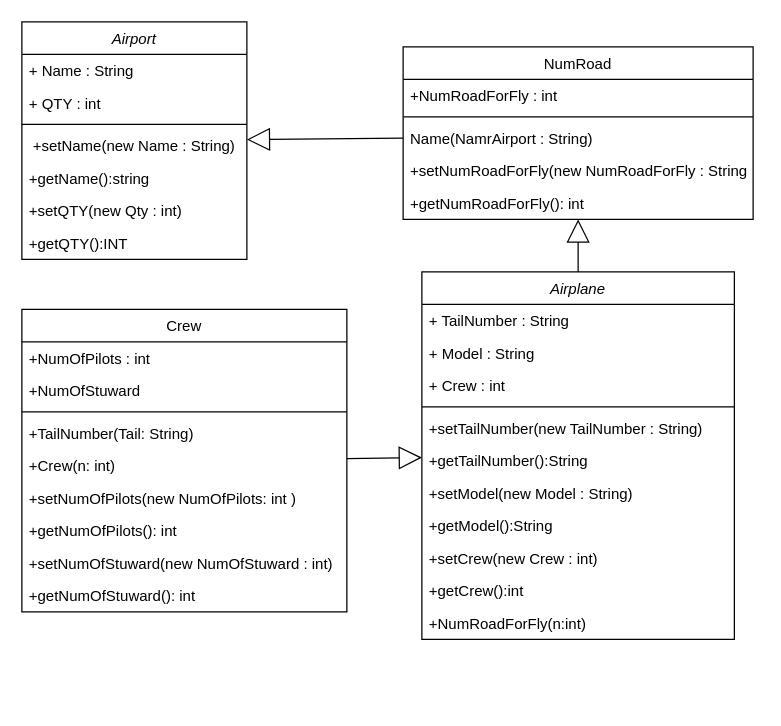
Before: Lesson_2/Task_3/airplane.drawio in VovaPast/JavaCourses, a draw.io diagram. Source tidied: cells renumbered, new cells numbered last; positions are measured from the earlier drawing's top-left corner, leaving out a move shared by most shapes. Both pictures are drawn from the tidied source at 125%, with x=0, y=0 at pixel (21, 21).
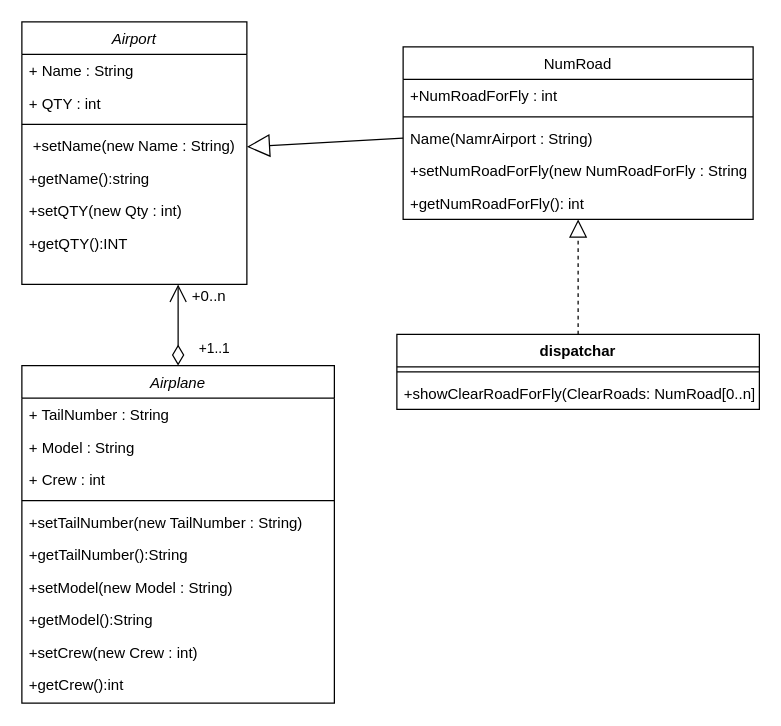
Above is the later version.

The change refers to these unchanged cells:
```xml
<mxCell id="22" value="NumRoad" style="swimlane;fontStyle=0;align=center;verticalAlign=top;horizontal=1;startSize=26;rounded=0;shadow=0;strokeWidth=1;fontSize=12;" parent="1" vertex="1">
  <mxGeometry x="305" y="20" width="280" height="138" as="geometry" />
</mxCell>
<mxCell id="27" value="+getNumRoadForFly(): int" style="text;align=left;verticalAlign=top;spacingLeft=4;spacingRight=4;overflow=hidden;points=[[0,0.5],[1,0.5]];portConstraint=eastwest;fontSize=12;" parent="22" vertex="1">
  <mxGeometry y="112" width="280" height="26" as="geometry" />
</mxCell>
```

Diff of the diagram source:
```diff
@@
     <mxCell id="2" value="Airplane" style="swimlane;fontStyle=2;align=center;verticalAlign=top;horizontal=1;startSize=26;rounded=0;shadow=0;strokeWidth=1;fontSize=12;" parent="1" vertex="1">
-      <mxGeometry x="320" y="200" width="250" height="294" as="geometry" />
+      <mxGeometry y="275" width="250" height="270" as="geometry" />
     </mxCell>
@@
-    <mxCell id="13" value="+NumRoadForFly(n:int)" style="text;align=left;verticalAlign=top;spacingLeft=4;spacingRight=4;overflow=hidden;fontSize=12;" parent="2" vertex="1">
-      <mxGeometry y="268" width="250" height="26" as="geometry" />
-    </mxCell>
     <mxCell id="14" value="Airport" style="swimlane;fontStyle=2;align=center;verticalAlign=top;horizontal=1;startSize=26;rounded=0;shadow=0;strokeWidth=1;fontSize=12;" parent="1" vertex="1">
-      <mxGeometry width="180" height="190" as="geometry" />
+      <mxGeometry width="180" height="210" as="geometry" />
     </mxCell>
@@
-    <mxCell id="28" value="Crew" style="swimlane;fontStyle=0;align=center;verticalAlign=top;horizontal=1;startSize=26;rounded=0;shadow=0;strokeWidth=1;fontSize=12;" parent="1" vertex="1">
-      <mxGeometry y="230" width="260" height="242" as="geometry" />
-    </mxCell>
-    <mxCell id="29" value="+NumOfPilots : int" style="text;align=left;verticalAlign=top;spacingLeft=4;spacingRight=4;overflow=hidden;fontSize=12;" parent="28" vertex="1">
-      <mxGeometry y="26" width="260" height="26" as="geometry" />
-    </mxCell>
-    <mxCell id="30" value="+NumOfStuward" style="text;align=left;verticalAlign=top;spacingLeft=4;spacingRight=4;overflow=hidden;rounded=0;shadow=0;html=0;fontSize=12;" parent="28" vertex="1">
-      <mxGeometry y="52" width="260" height="26" as="geometry" />
-    </mxCell>
-    <mxCell id="31" style="line;html=1;strokeWidth=1;align=left;verticalAlign=middle;spacingTop=-1;spacingLeft=3;spacingRight=3;labelPosition=right;fontSize=12;" parent="28" vertex="1">
-      <mxGeometry y="78" width="260" height="8" as="geometry" />
-    </mxCell>
-    <mxCell id="32" value="+TailNumber(Tail: String)" style="text;align=left;verticalAlign=top;spacingLeft=4;spacingRight=4;overflow=hidden;fontStyle=0;fontSize=12;" parent="28" vertex="1">
-      <mxGeometry y="86" width="260" height="26" as="geometry" />
-    </mxCell>
-    <mxCell id="33" value="+Crew(n: int)" style="text;align=left;verticalAlign=top;spacingLeft=4;spacingRight=4;overflow=hidden;fontSize=12;" parent="28" vertex="1">
-      <mxGeometry y="112" width="260" height="26" as="geometry" />
-    </mxCell>
-    <mxCell id="34" value="+setNumOfPilots(new NumOfPilots: int )" style="text;align=left;verticalAlign=top;spacingLeft=4;spacingRight=4;overflow=hidden;fontSize=12;" parent="28" vertex="1">
-      <mxGeometry y="138" width="260" height="26" as="geometry" />
-    </mxCell>
-    <mxCell id="35" value="+getNumOfPilots(): int" style="text;align=left;verticalAlign=top;spacingLeft=4;spacingRight=4;overflow=hidden;fontSize=12;" parent="28" vertex="1">
-      <mxGeometry y="164" width="260" height="26" as="geometry" />
-    </mxCell>
-    <mxCell id="36" value="+setNumOfStuward(new NumOfStuward : int)" style="text;align=left;verticalAlign=top;spacingLeft=4;spacingRight=4;overflow=hidden;fontSize=12;" parent="28" vertex="1">
-      <mxGeometry y="190" width="260" height="26" as="geometry" />
-    </mxCell>
-    <mxCell id="37" value="+getNumOfStuward(): int" style="text;align=left;verticalAlign=top;spacingLeft=4;spacingRight=4;overflow=hidden;fontSize=12;" parent="28" vertex="1">
-      <mxGeometry y="216" width="260" height="26" as="geometry" />
-    </mxCell>
-    <mxCell id="38" style="endArrow=block;endSize=16;endFill=0;html=1;fontSize=12;exitX=0.5;exitY=0;exitDx=0;exitDy=0;" parent="1" edge="1" source="2" target="27">
-      <mxGeometry relative="1" as="geometry" />
-    </mxCell>
@@
-    <mxCell id="40" style="endArrow=block;endSize=16;endFill=0;html=1;fontSize=12;" parent="1" edge="1" source="28" target="2">
-      <mxGeometry relative="1" as="geometry" />
-    </mxCell>
+    <mxCell id="41" value="dispatchar" style="swimlane;fontStyle=1;align=center;verticalAlign=top;horizontal=1;startSize=26;" parent="1" vertex="1">
+      <mxGeometry x="300" y="250" width="290" height="60" as="geometry" />
+    </mxCell>
+    <mxCell id="42" style="line;strokeWidth=1;fillColor=none;align=left;verticalAlign=middle;spacingTop=-1;spacingLeft=3;spacingRight=3;labelPosition=right;" parent="41" vertex="1">
+      <mxGeometry y="26" width="290" height="8" as="geometry" />
+    </mxCell>
+    <mxCell id="43" value="+showClearRoadForFly(ClearRoads: NumRoad[0..n]" style="text;strokeColor=none;fillColor=none;align=left;verticalAlign=top;spacingLeft=4;spacingRight=4;overflow=hidden;" parent="41" vertex="1">
+      <mxGeometry y="34" width="290" height="26" as="geometry" />
+    </mxCell>
+    <mxCell id="44" style="endArrow=block;dashed=1;endFill=0;endSize=12;html=1;" parent="1" edge="1" source="41" target="22">
+      <mxGeometry relative="1" as="geometry" />
+    </mxCell>
+    <mxCell id="45" value="+1..1" style="endArrow=open;html=1;endSize=12;startArrow=diamondThin;startSize=14;startFill=0;edgeStyle=orthogonalEdgeStyle;align=left;verticalAlign=bottom;" parent="1" edge="1" source="2" target="14">
+      <mxGeometry x="-0.85" y="-15" relative="1" as="geometry">
+        <Array as="points">
+          <mxPoint x="90" y="330" />
+          <mxPoint x="90" y="330" />
+        </Array>
+      </mxGeometry>
+    </mxCell>
+    <mxCell id="46" value="+0..n" style="text;html=1;strokeColor=none;fillColor=none;align=center;verticalAlign=middle;whiteSpace=wrap;rounded=0;" parent="1" vertex="1">
+      <mxGeometry x="60" y="210" width="180" height="20" as="geometry" />
+    </mxCell>
```
